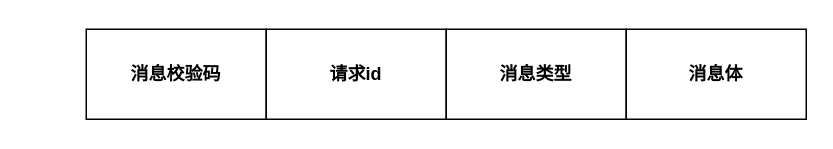
The draw.io diagram page "RPC-Protocol" (4 of 9) of RPC客户端.drawio in win0909/000, before the edit. Source tidied: cells renumbered, new cells numbered last; positions are measured from the earlier drawing's top-left corner, leaving out a move shared by most shapes. Both pictures are drawn from the tidied source at 150%, with x=0, y=0 at pixel (86, 28).
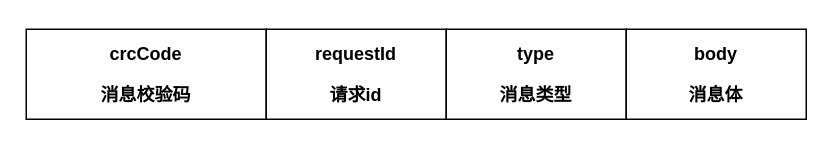
The same diagram, later.

Diff of the diagram source:
```diff
@@
 <mxGraphModel>
   <root>
     <mxCell id="0" />
     <mxCell id="1" parent="0" />
-    <mxCell id="2" value="&lt;p&gt;&lt;b&gt;&lt;span&gt;&lt;font face=&quot;宋体&quot;&gt;消息校验码&lt;/font&gt;&lt;/span&gt;&lt;/b&gt;&lt;/p&gt;" style="rounded=0;whiteSpace=wrap;html=1;" parent="1" vertex="1">
-      <mxGeometry width="120" height="60" as="geometry" />
+    <mxCell id="2" value="&lt;p&gt;&lt;font face=&quot;宋体&quot;&gt;&lt;b&gt;crcCode&lt;/b&gt;&lt;/font&gt;&lt;/p&gt;&lt;p&gt;&lt;font face=&quot;宋体&quot;&gt;&lt;b&gt;消息校验码&lt;/b&gt;&lt;/font&gt;&lt;/p&gt;" style="rounded=0;whiteSpace=wrap;html=1;" parent="1" vertex="1">
+      <mxGeometry x="-40" width="160" height="60" as="geometry" />
     </mxCell>
-    <mxCell id="3" value="&lt;p&gt;&lt;b&gt;&lt;span&gt;&lt;font face=&quot;宋体&quot;&gt;请求&lt;/font&gt;id&lt;/span&gt;&lt;/b&gt;&lt;/p&gt;" style="rounded=0;whiteSpace=wrap;html=1;" parent="1" vertex="1">
+    <mxCell id="3" value="&lt;p&gt;&lt;span&gt;&lt;b&gt;requestId&lt;/b&gt;&lt;/span&gt;&lt;/p&gt;&lt;p&gt;&lt;b&gt;&lt;font face=&quot;宋体&quot;&gt;请求&lt;/font&gt;id&lt;/b&gt;&lt;/p&gt;" style="rounded=0;whiteSpace=wrap;html=1;" parent="1" vertex="1">
       <mxGeometry x="120" width="120" height="60" as="geometry" />
     </mxCell>
-    <mxCell id="4" value="&lt;p&gt;&lt;b&gt;&lt;span&gt;&lt;font face=&quot;宋体&quot;&gt;消息类型&lt;/font&gt;&lt;/span&gt;&lt;/b&gt;&lt;/p&gt;" style="rounded=0;whiteSpace=wrap;html=1;" parent="1" vertex="1">
+    <mxCell id="4" value="&lt;p&gt;&lt;span&gt;&lt;b&gt;type&lt;/b&gt;&lt;/span&gt;&lt;/p&gt;&lt;p&gt;&lt;font face=&quot;宋体&quot;&gt;&lt;b&gt;消息类型&lt;/b&gt;&lt;/font&gt;&lt;/p&gt;" style="rounded=0;whiteSpace=wrap;html=1;" parent="1" vertex="1">
       <mxGeometry x="240" width="120" height="60" as="geometry" />
     </mxCell>
-    <mxCell id="5" value="&lt;p&gt;&lt;b&gt;&lt;span&gt;&lt;font face=&quot;宋体&quot;&gt;消息体&lt;/font&gt;&lt;/span&gt;&lt;/b&gt;&lt;/p&gt;" style="rounded=0;whiteSpace=wrap;html=1;" parent="1" vertex="1">
+    <mxCell id="5" value="&lt;p&gt;&lt;span&gt;&lt;b&gt;body&lt;/b&gt;&lt;/span&gt;&lt;/p&gt;&lt;p&gt;&lt;font face=&quot;宋体&quot;&gt;&lt;b&gt;消息体&lt;/b&gt;&lt;/font&gt;&lt;/p&gt;" style="rounded=0;whiteSpace=wrap;html=1;" parent="1" vertex="1">
       <mxGeometry x="360" width="120" height="60" as="geometry" />
     </mxCell>
   </root>
 </mxGraphModel>
```
